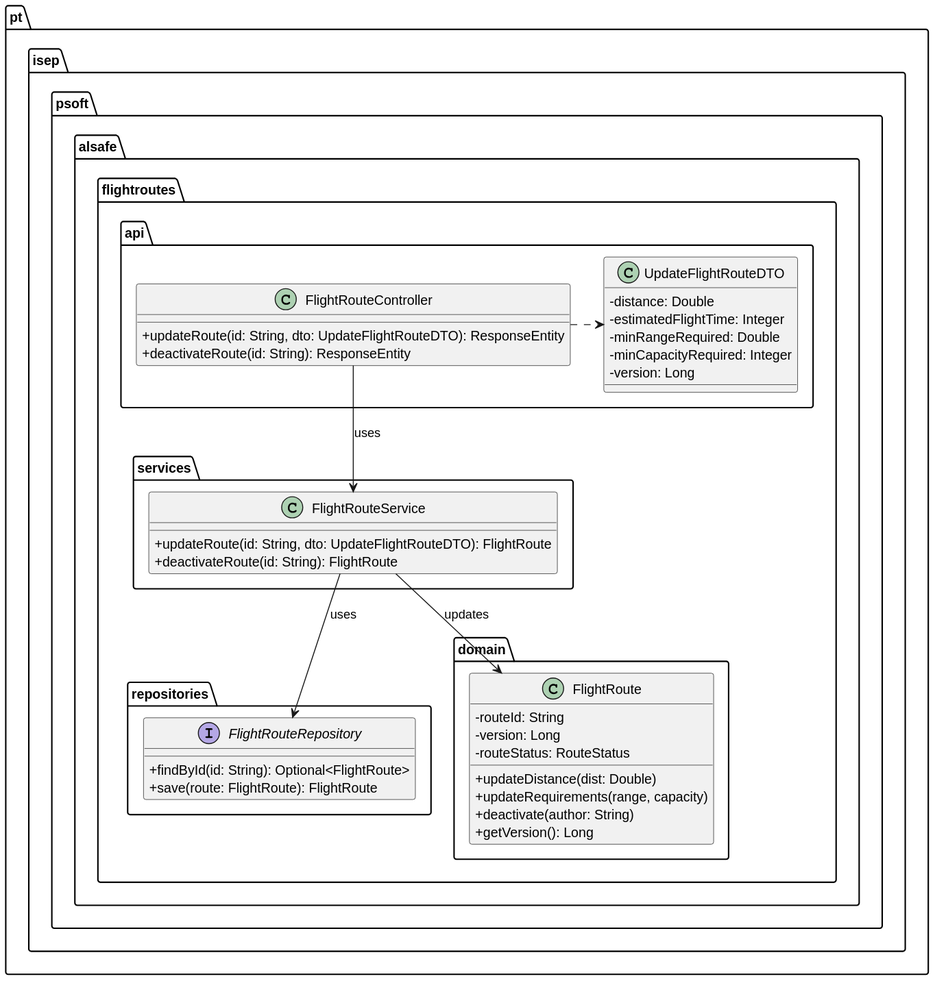
The PlantUML diagram docs/use-cases/WP#3A/US112/svg/US112-CD.svg in Andre-1240567/psoft2026_2DB_1240567_1241013_1240624, before a commit. The source it was exported from:
```plantuml
@startuml
skinparam classAttributeIconSize 0

package "pt.isep.psoft.alsafe.flightroutes.api" {
    class FlightRouteController {
        + updateRoute(id: String, dto: UpdateFlightRouteDTO): ResponseEntity
        + deactivateRoute(id: String): ResponseEntity
    }
    class UpdateFlightRouteDTO {
        - distance: Double
        - estimatedFlightTime: Integer
        - minRangeRequired: Double
        - minCapacityRequired: Integer
        - version: Long
    }
}

package "pt.isep.psoft.alsafe.flightroutes.services" {
    class FlightRouteService {
        + updateRoute(id: String, dto: UpdateFlightRouteDTO): FlightRoute
        + deactivateRoute(id: String): FlightRoute
    }
}

package "pt.isep.psoft.alsafe.flightroutes.repositories" {
    interface FlightRouteRepository {
        + findById(id: String): Optional<FlightRoute>
        + save(route: FlightRoute): FlightRoute
    }
}

package "pt.isep.psoft.alsafe.flightroutes.domain" {
    class FlightRoute {
        - routeId: String
        - version: Long
        - routeStatus: RouteStatus
        + updateDistance(dist: Double)
        + updateRequirements(range, capacity)
        + deactivate(author: String)
        + getVersion(): Long
    }
}

FlightRouteController .right.> UpdateFlightRouteDTO
FlightRouteController --> FlightRouteService : uses
FlightRouteService --> FlightRouteRepository : uses
FlightRouteService --> FlightRoute : updates
@enduml
```
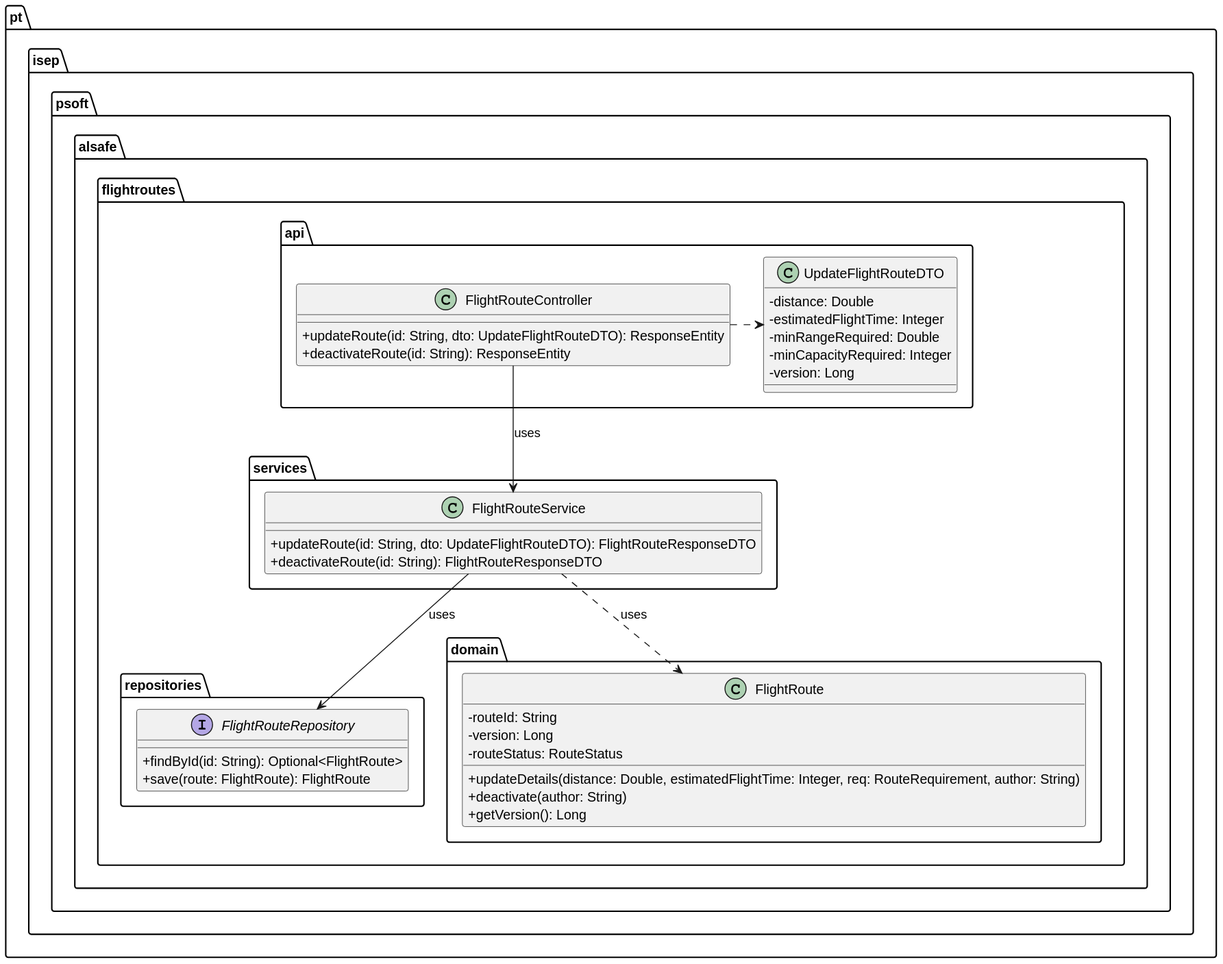
Above is the later version.

What changed in the source:
```diff
@@ -17,8 +17,8 @@
 
 package "pt.isep.psoft.alsafe.flightroutes.services" {
     class FlightRouteService {
-        + updateRoute(id: String, dto: UpdateFlightRouteDTO): FlightRoute
-        + deactivateRoute(id: String): FlightRoute
+        + updateRoute(id: String, dto: UpdateFlightRouteDTO): FlightRouteResponseDTO
+        + deactivateRoute(id: String): FlightRouteResponseDTO
     }
 }
 
@@ -34,8 +34,7 @@
         - routeId: String
         - version: Long
         - routeStatus: RouteStatus
-        + updateDistance(dist: Double)
-        + updateRequirements(range, capacity)
+        + updateDetails(distance: Double, estimatedFlightTime: Integer, req: RouteRequirement, author: String)
         + deactivate(author: String)
         + getVersion(): Long
     }
@@ -44,5 +43,5 @@
 FlightRouteController .right.> UpdateFlightRouteDTO
 FlightRouteController --> FlightRouteService : uses
 FlightRouteService --> FlightRouteRepository : uses
-FlightRouteService --> FlightRoute : updates
+FlightRouteService ..> FlightRoute : uses
 @enduml
```
